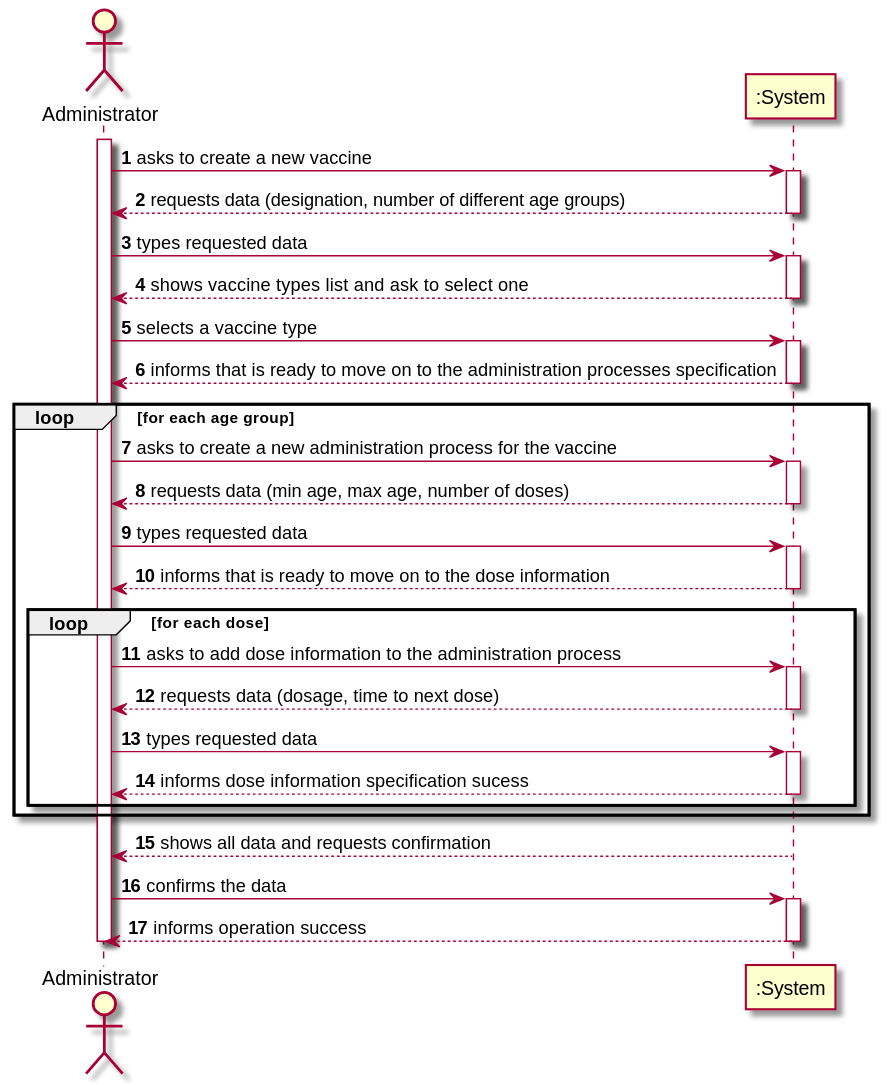
The PlantUML diagram docs/SprintB/US13/SSD/US13_SSD.svg in miseEnPlace-i/lapr2, before a commit.
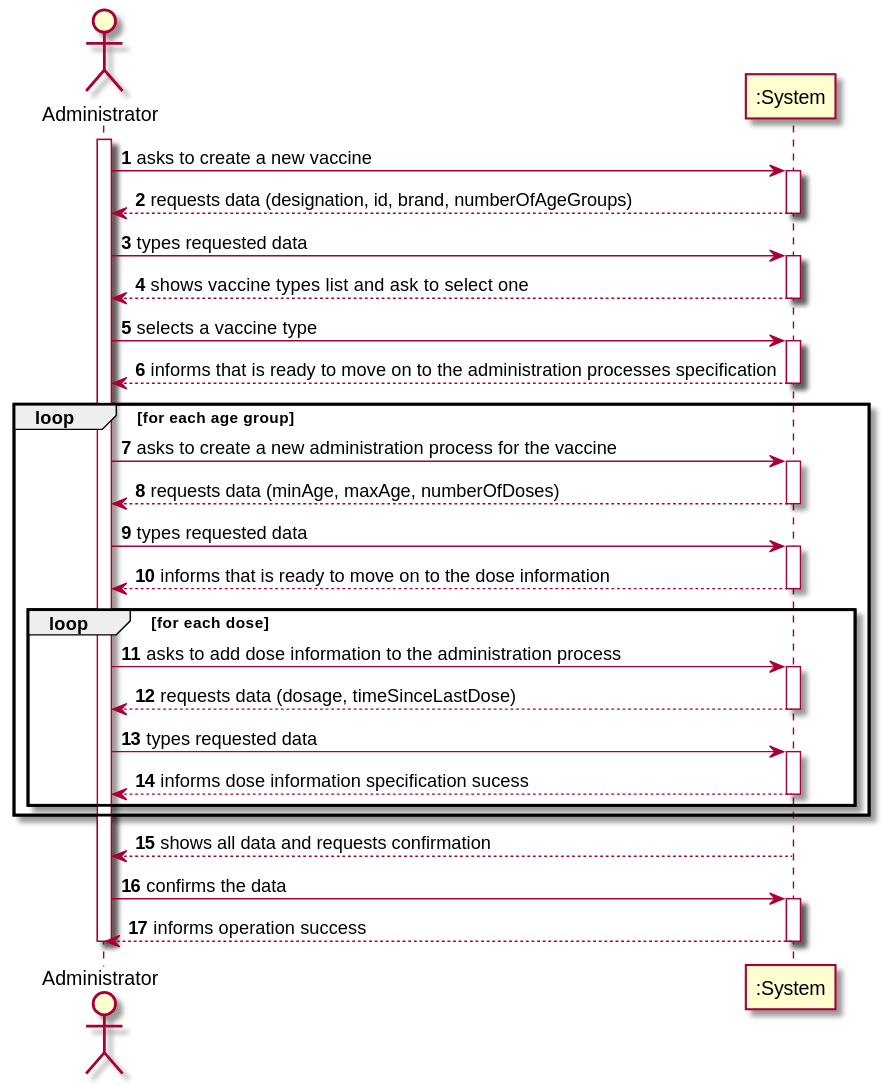
After the change.

The edit, as a diff of the source:
```diff
@@ -5,7 +5,7 @@
 activate OE
 OE -> ":System" : asks to create a new vaccine
 activate ":System"
-":System" --> OE : requests data (designation, number of different age groups)
+":System" --> OE : requests data (designation, id, brand, numberOfAgeGroups)
 deactivate ":System"
 
 OE -> ":System" : types requested data
@@ -22,7 +22,7 @@
 loop for each age group
     OE -> ":System" : asks to create a new administration process for the vaccine
     activate ":System"
-    ":System" --> OE : requests data (min age, max age, number of doses)
+    ":System" --> OE : requests data (minAge, maxAge, numberOfDoses)
     deactivate ":System"
     OE -> ":System" : types requested data
     activate ":System"
@@ -32,7 +32,7 @@
     loop for each dose
         OE -> ":System" : asks to add dose information to the administration process
         activate ":System"
-        ":System" --> OE : requests data (dosage, time to next dose)
+        ":System" --> OE : requests data (dosage, timeSinceLastDose)
         deactivate ":System"
         OE -> ":System" : types requested data
         activate ":System"
```
